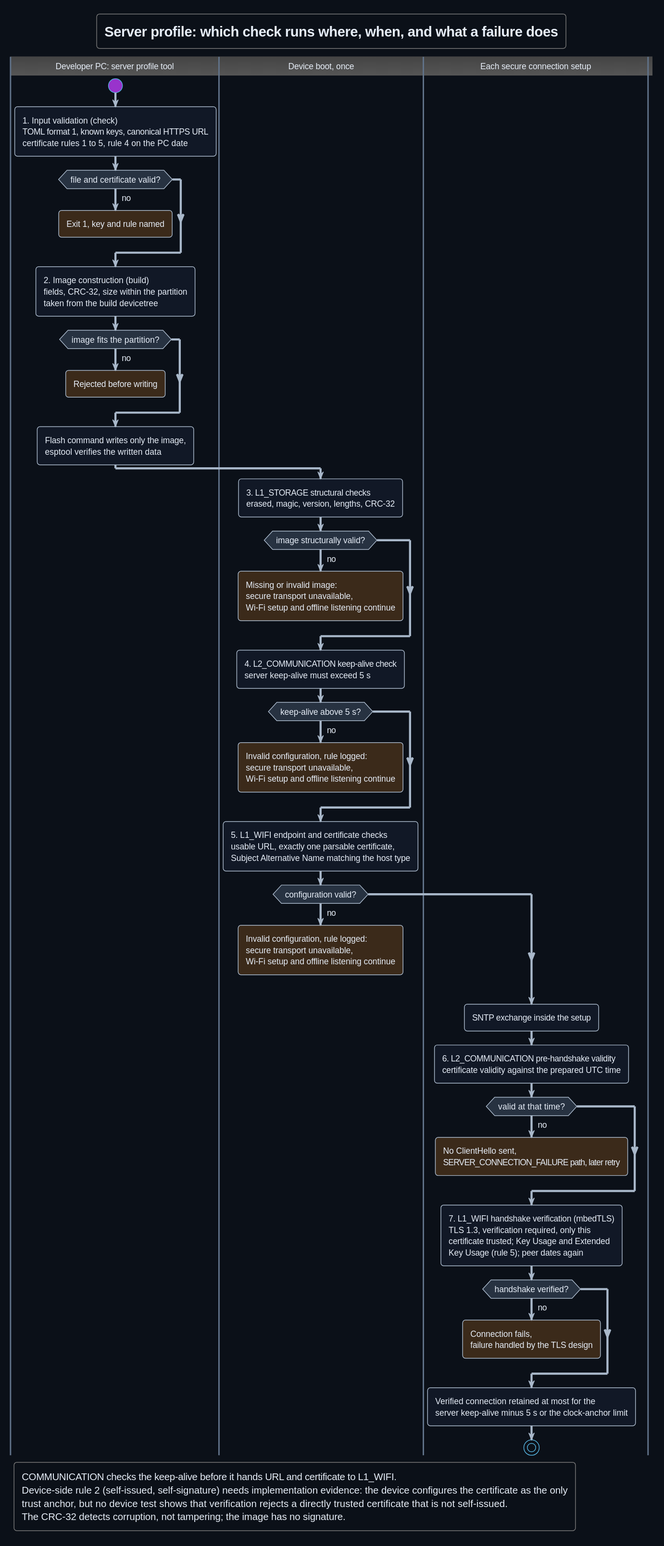
Earlier version of the PlantUML export Development/system/design/STORAGE/rendered/server_profile_validation.svg (DemonicPsychoII/DigitalStethoscope).
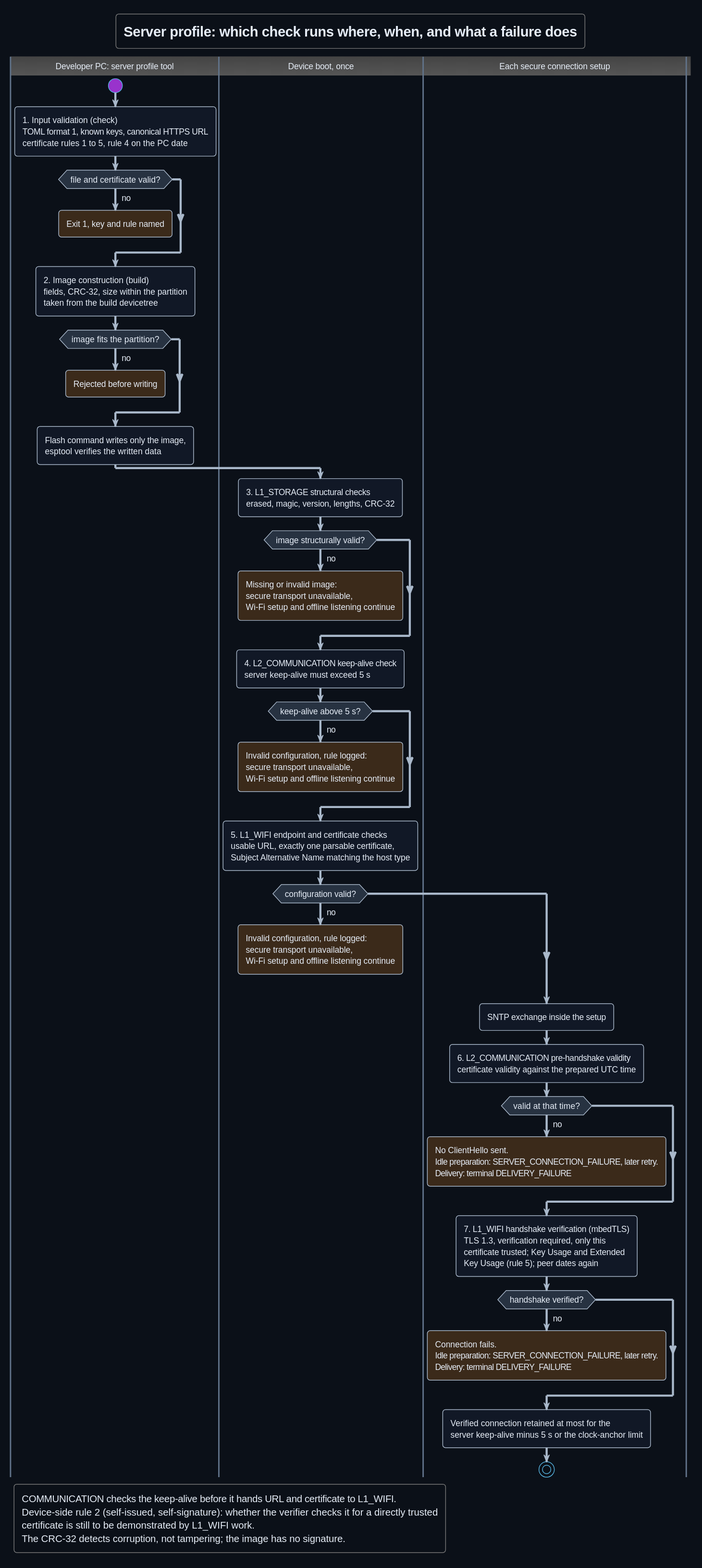
The same file after the commit.

Commit message:
documentation: correct five diagram statements that differed from the design and remove as-built wording from the STORAGE design

What changed in the source:
```diff
@@ -68,8 +68,9 @@
 :6. L2_COMMUNICATION pre-handshake validity
 certificate validity against the prepared UTC time;
 if (valid at that time?) then (no)
- :No ClientHello sent,
- SERVER_CONNECTION_FAILURE path, later retry; <<#3b2a1a>>
+ :No ClientHello sent.
+ Idle preparation: SERVER_CONNECTION_FAILURE, later retry.
+ Delivery: terminal DELIVERY_FAILURE; <<#3b2a1a>>
  detach
 endif
 :7. L1_WIFI handshake verification (mbedTLS)
@@ -77,8 +78,9 @@
 certificate trusted; Key Usage and Extended
 Key Usage (rule 5); peer dates again;
 if (handshake verified?) then (no)
- :Connection fails,
- failure handled by the TLS design; <<#3b2a1a>>
+ :Connection fails.
+ Idle preparation: SERVER_CONNECTION_FAILURE, later retry.
+ Delivery: terminal DELIVERY_FAILURE; <<#3b2a1a>>
  detach
 endif
 :Verified connection retained at most for the
@@ -87,8 +89,8 @@
 
 legend bottom left
  COMMUNICATION checks the keep-alive before it hands URL and certificate to L1_WIFI.
- Device-side rule 2 (self-issued, self-signature) needs implementation evidence: the device configures the certificate as the only
- trust anchor, but no device test shows that verification rejects a directly trusted certificate that is not self-issued.
+ Device-side rule 2 (self-issued, self-signature): whether the verifier checks it for a directly trusted
+ certificate is still to be demonstrated by L1_WIFI work.
  The CRC-32 detects corruption, not tampering; the image has no signature.
 endlegend
 @enduml
```
